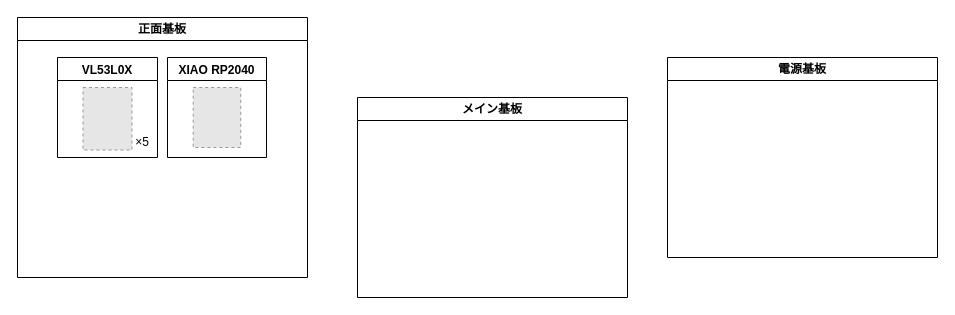
Earlier version of the draw.io diagram NagoyaDiagram.drawio (shuji4649/drawio). Source tidied: cells renumbered, new cells numbered last; positions are measured from the earlier drawing's top-left corner, leaving out a move shared by most shapes. Both pictures are drawn from the tidied source at 100%, with x=0, y=0 at pixel (17, 17). Pictures stored in the file or linked from it are replaced by grey dashed boxes.
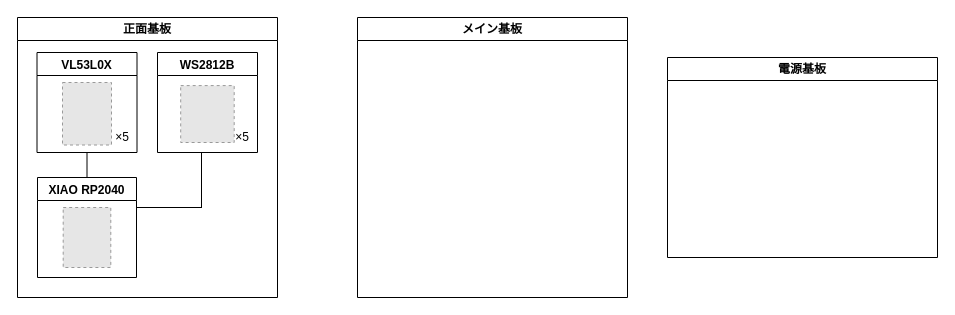
The same page after the edit.

Commit message (it also covers changes not shown here):
NagoyaDiagram.drawio を更新します

Diff of the diagram source:
```diff
@@
 <mxGraphModel>
   <root>
     <mxCell id="0" />
     <mxCell id="1" parent="0" />
     <mxCell id="2" value="メイン基板" style="swimlane;whiteSpace=wrap;html=1;" parent="1" vertex="1">
-      <mxGeometry x="340" y="80" width="270" height="200" as="geometry" />
+      <mxGeometry x="340" width="270" height="280" as="geometry" />
     </mxCell>
     <mxCell id="3" value="電源基板" style="swimlane;whiteSpace=wrap;html=1;" parent="1" vertex="1">
       <mxGeometry x="650" y="40" width="270" height="200" as="geometry" />
     </mxCell>
     <mxCell id="4" value="正面基板" style="swimlane;whiteSpace=wrap;html=1;" parent="1" vertex="1">
-      <mxGeometry width="290" height="260" as="geometry" />
+      <mxGeometry width="260" height="280" as="geometry" />
     </mxCell>
     <mxCell id="5" value="XIAO RP2040" style="swimlane;" parent="4" vertex="1">
-      <mxGeometry x="150" y="40" width="99" height="100" as="geometry" />
+      <mxGeometry x="20" y="160" width="99" height="100" as="geometry" />
     </mxCell>
     <mxCell id="6" style="fillColor=#E6E6E6;strokeColor=#999999;dashed=1;verticalLabelPosition=bottom;labelBackgroundColor=default;verticalAlign=top;" parent="5" vertex="1">
       <mxGeometry x="25.7" y="30" width="47.6" height="60" as="geometry" />
     </mxCell>
     <mxCell id="7" value="VL53L0X" style="swimlane;" parent="4" vertex="1">
-      <mxGeometry x="40" y="40" width="100" height="100" as="geometry" />
+      <mxGeometry x="19.5" y="35" width="100" height="100" as="geometry" />
     </mxCell>
     <mxCell id="8" style="fillColor=#E6E6E6;strokeColor=#999999;dashed=1;verticalLabelPosition=bottom;labelBackgroundColor=default;verticalAlign=top;" parent="7" vertex="1">
       <mxGeometry x="25.5" y="30" width="49" height="62.5" as="geometry" />
     </mxCell>
     <mxCell id="9" value="×5" style="text;html=1;align=center;verticalAlign=middle;whiteSpace=wrap;rounded=0;" parent="7" vertex="1">
       <mxGeometry x="70" y="70" width="30" height="30" as="geometry" />
     </mxCell>
+    <mxCell id="10" value="WS2812B" style="swimlane;" parent="4" vertex="1">
+      <mxGeometry x="140" y="35" width="100" height="100" as="geometry" />
+    </mxCell>
+    <mxCell id="11" value="×5" style="text;html=1;align=center;verticalAlign=middle;whiteSpace=wrap;rounded=0;" parent="10" vertex="1">
+      <mxGeometry x="70" y="70" width="30" height="30" as="geometry" />
+    </mxCell>
+    <mxCell id="12" style="fillColor=#E6E6E6;strokeColor=#999999;dashed=1;verticalLabelPosition=bottom;labelBackgroundColor=default;verticalAlign=top;" parent="10" vertex="1">
+      <mxGeometry x="23.2" y="33.1" width="53.5" height="56.9" as="geometry" />
+    </mxCell>
+    <mxCell id="13" style="endArrow=none;html=1;rounded=0;exitX=0.5;exitY=0;exitDx=0;exitDy=0;entryX=0.5;entryY=1;entryDx=0;entryDy=0;" parent="4" edge="1" source="5" target="7">
+      <mxGeometry relative="1" as="geometry" />
+    </mxCell>
+    <mxCell id="14" style="shape=partialRectangle;whiteSpace=wrap;html=1;bottom=0;right=0;fillColor=none;rotation=-180;" parent="4" vertex="1">
+      <mxGeometry x="119" y="135" width="65" height="55" as="geometry" />
+    </mxCell>
   </root>
 </mxGraphModel>
```
